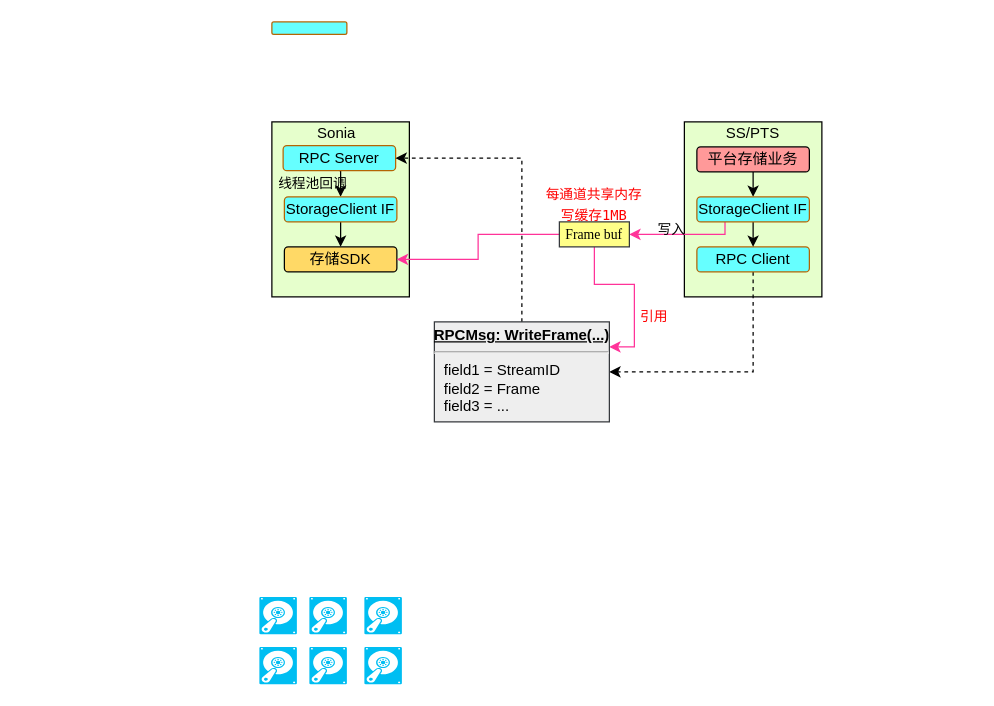
snowolfhawk/ceph-scripts keeps this draw.io diagram as RPC.drawio. Above is the earlier version. Source tidied: cells renumbered, new cells numbered last; positions are measured from the earlier drawing's top-left corner, leaving out a move shared by most shapes. Both pictures are drawn from the tidied source at 125%, with x=0, y=0 at pixel (259, 21).
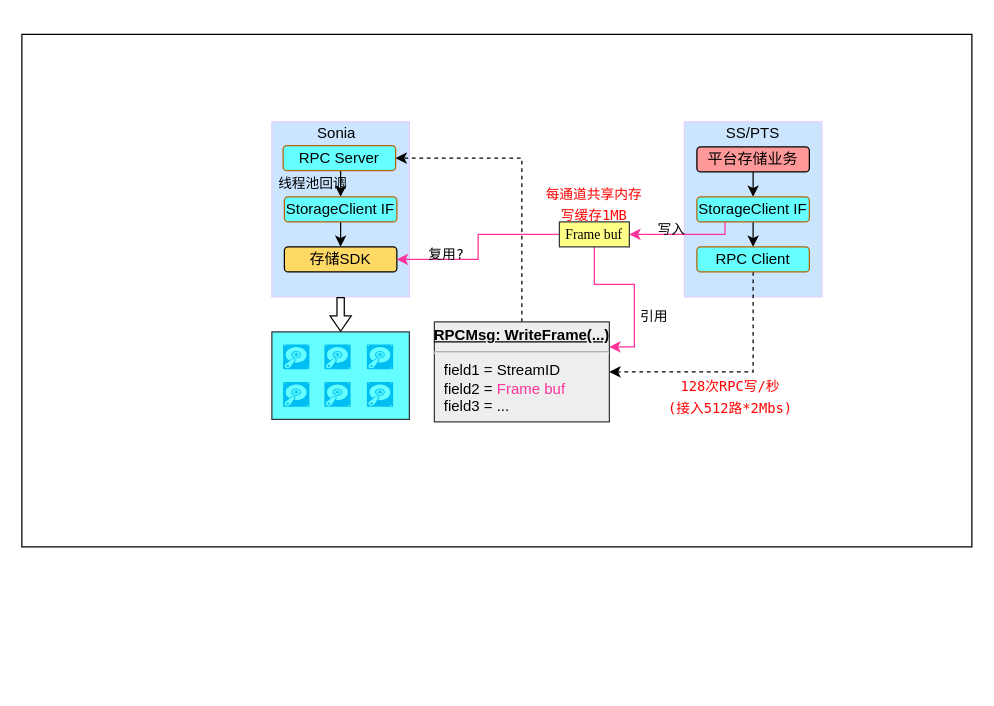
After the change.

The edit, as a diff of the source:
```diff
@@
-<mxGraphModel>
+<mxGraphModel background="#FFFFFF">
@@
+    <mxCell id="34" style="rounded=0;whiteSpace=wrap;html=1;fontFamily=Lucida Console;fontSize=11;" parent="1" vertex="1">
+      <mxGeometry x="-190" y="10" width="760" height="410" as="geometry" />
+    </mxCell>
+    <mxCell id="35" style="rounded=0;whiteSpace=wrap;html=1;fillColor=#66FFFF;strokeColor=#36393d;" parent="1" vertex="1">
+      <mxGeometry x="10" y="248" width="110" height="70" as="geometry" />
+    </mxCell>
-    <mxCell id="2" style="rounded=0;whiteSpace=wrap;html=1;fillColor=#E6FFCC;strokeColor=#000000;gradientColor=none;" parent="1" vertex="1">
+    <mxCell id="2" style="rounded=0;whiteSpace=wrap;html=1;fillColor=#CCE5FF;strokeColor=#E5CCFF;gradientColor=none;" parent="1" vertex="1">
       <mxGeometry x="340" y="80" width="110" height="140" as="geometry" />
     </mxCell>
-    <mxCell id="3" style="rounded=0;whiteSpace=wrap;html=1;fillColor=#E6FFCC;strokeColor=#000000;gradientColor=none;" parent="1" vertex="1">
+    <mxCell id="3" style="rounded=0;whiteSpace=wrap;html=1;fillColor=#CCE5FF;strokeColor=#E5CCFF;gradientColor=none;" parent="1" vertex="1">
       <mxGeometry x="10" y="80" width="110" height="140" as="geometry" />
     </mxCell>
@@
     <mxCell id="14" style="verticalLabelPosition=bottom;html=1;verticalAlign=top;align=center;strokeColor=none;fillColor=#00BEF2;shape=mxgraph.azure.vhd;" parent="1" vertex="1">
-      <mxGeometry y="460" width="30" height="30" as="geometry" />
+      <mxGeometry x="19" y="258" width="21" height="20" as="geometry" />
     </mxCell>
     <mxCell id="15" style="verticalLabelPosition=bottom;html=1;verticalAlign=top;align=center;strokeColor=none;fillColor=#00BEF2;shape=mxgraph.azure.vhd;" parent="1" vertex="1">
-      <mxGeometry x="40" y="460" width="30" height="30" as="geometry" />
+      <mxGeometry x="52" y="258" width="21" height="20" as="geometry" />
     </mxCell>
     <mxCell id="16" style="verticalLabelPosition=bottom;html=1;verticalAlign=top;align=center;strokeColor=none;fillColor=#00BEF2;shape=mxgraph.azure.vhd;" parent="1" vertex="1">
-      <mxGeometry x="84" y="460" width="30" height="30" as="geometry" />
+      <mxGeometry x="86" y="258" width="21" height="20" as="geometry" />
     </mxCell>
-    <mxCell id="17" style="verticalLabelPosition=bottom;html=1;verticalAlign=top;align=center;strokeColor=none;fillColor=#00BEF2;shape=mxgraph.azure.vhd;" parent="1" vertex="1">
-      <mxGeometry y="500" width="30" height="30" as="geometry" />
-    </mxCell>
-    <mxCell id="18" style="verticalLabelPosition=bottom;html=1;verticalAlign=top;align=center;strokeColor=none;fillColor=#00BEF2;shape=mxgraph.azure.vhd;" parent="1" vertex="1">
-      <mxGeometry x="40" y="500" width="30" height="30" as="geometry" />
-    </mxCell>
-    <mxCell id="19" style="verticalLabelPosition=bottom;html=1;verticalAlign=top;align=center;strokeColor=none;fillColor=#00BEF2;shape=mxgraph.azure.vhd;" parent="1" vertex="1">
-      <mxGeometry x="84" y="500" width="30" height="30" as="geometry" />
-    </mxCell>
@@
-    <mxCell id="29" value="&lt;p style=&quot;margin: 0px ; margin-top: 4px ; text-align: center ; text-decoration: underline&quot;&gt;&lt;b&gt;RPCMsg: WriteFrame(...)&lt;/b&gt;&lt;/p&gt;&lt;hr&gt;&lt;p style=&quot;margin: 0px ; margin-left: 8px&quot;&gt;field1 = StreamID&lt;br&gt;field2 = Frame&lt;br&gt;field3 = ...&lt;/p&gt;" style="verticalAlign=top;align=left;overflow=fill;fontSize=12;fontFamily=Helvetica;html=1;strokeColor=#36393d;fillColor=#eeeeee;" parent="1" vertex="1">
+    <mxCell id="29" value="&lt;p style=&quot;margin: 0px ; margin-top: 4px ; text-align: center ; text-decoration: underline&quot;&gt;&lt;b&gt;RPCMsg: WriteFrame(...)&lt;/b&gt;&lt;/p&gt;&lt;hr&gt;&lt;p style=&quot;margin: 0px ; margin-left: 8px&quot;&gt;field1 = StreamID&lt;br&gt;field2 = &lt;font color=&quot;#ff3399&quot;&gt;Frame buf&lt;/font&gt;&lt;br&gt;field3 = ...&lt;/p&gt;" style="verticalAlign=top;align=left;overflow=fill;fontSize=12;fontFamily=Helvetica;html=1;strokeColor=#36393d;fillColor=#eeeeee;" parent="1" vertex="1">
       <mxGeometry x="140" y="240" width="140" height="80" as="geometry" />
     </mxCell>
@@
-    <mxCell id="32" value="&lt;font face=&quot;Lucida Console&quot; color=&quot;#ff0000&quot;&gt;&lt;span style=&quot;font-size: 11px&quot;&gt;引用&lt;/span&gt;&lt;/font&gt;" style="text;html=1;strokeColor=none;fillColor=none;align=center;verticalAlign=middle;whiteSpace=wrap;rounded=0;fontSize=14;" parent="1" vertex="1">
+    <mxCell id="32" value="&lt;font face=&quot;Lucida Console&quot;&gt;&lt;span style=&quot;font-size: 11px&quot;&gt;引用&lt;/span&gt;&lt;/font&gt;" style="text;html=1;strokeColor=none;fillColor=none;align=center;verticalAlign=middle;whiteSpace=wrap;rounded=0;fontSize=14;" parent="1" vertex="1">
       <mxGeometry x="296" y="230" width="40" height="10" as="geometry" />
     </mxCell>
-    <mxCell id="33" style="rounded=1;whiteSpace=wrap;html=1;fillColor=#66FFFF;strokeColor=#b46504;" parent="1" vertex="1">
-      <mxGeometry x="10" width="60" height="10" as="geometry" />
-    </mxCell>
+    <mxCell id="36" value="&lt;font face=&quot;Lucida Console&quot;&gt;&lt;span style=&quot;font-size: 11px&quot;&gt;复用?&lt;/span&gt;&lt;/font&gt;" style="text;html=1;strokeColor=none;fillColor=none;align=center;verticalAlign=middle;whiteSpace=wrap;rounded=0;fontSize=14;" parent="1" vertex="1">
+      <mxGeometry x="130" y="180" width="40" height="10" as="geometry" />
+    </mxCell>
+    <mxCell id="37" style="verticalLabelPosition=bottom;html=1;verticalAlign=top;align=center;strokeColor=none;fillColor=#00BEF2;shape=mxgraph.azure.vhd;" parent="1" vertex="1">
+      <mxGeometry x="19" y="288" width="21" height="20" as="geometry" />
+    </mxCell>
+    <mxCell id="38" style="verticalLabelPosition=bottom;html=1;verticalAlign=top;align=center;strokeColor=none;fillColor=#00BEF2;shape=mxgraph.azure.vhd;" parent="1" vertex="1">
+      <mxGeometry x="52" y="288" width="21" height="20" as="geometry" />
+    </mxCell>
+    <mxCell id="39" style="verticalLabelPosition=bottom;html=1;verticalAlign=top;align=center;strokeColor=none;fillColor=#00BEF2;shape=mxgraph.azure.vhd;" parent="1" vertex="1">
+      <mxGeometry x="86" y="288" width="21" height="20" as="geometry" />
+    </mxCell>
+    <mxCell id="40" style="shape=flexArrow;endArrow=classic;html=1;rounded=0;fontFamily=Lucida Console;fontSize=11;fontColor=#FF3399;strokeColor=#000000;exitX=0.5;exitY=1;exitDx=0;exitDy=0;width=5.833333333333334;endSize=3.7750000000000004;endWidth=10.13888888888889;entryX=0.5;entryY=0;entryDx=0;entryDy=0;" parent="1" edge="1" source="3" target="35">
+      <mxGeometry relative="1" as="geometry" />
+    </mxCell>
+    <mxCell id="41" value="&lt;font face=&quot;Lucida Console&quot; color=&quot;#ff0000&quot;&gt;&lt;span style=&quot;font-size: 11px&quot;&gt;128次RPC写/秒&lt;br&gt;(接入512路*2Mbs)&lt;/span&gt;&lt;/font&gt;" style="text;html=1;strokeColor=none;fillColor=none;align=center;verticalAlign=middle;whiteSpace=wrap;rounded=0;fontSize=14;" parent="1" vertex="1">
+      <mxGeometry x="310" y="278" width="134" height="42" as="geometry" />
+    </mxCell>
```
